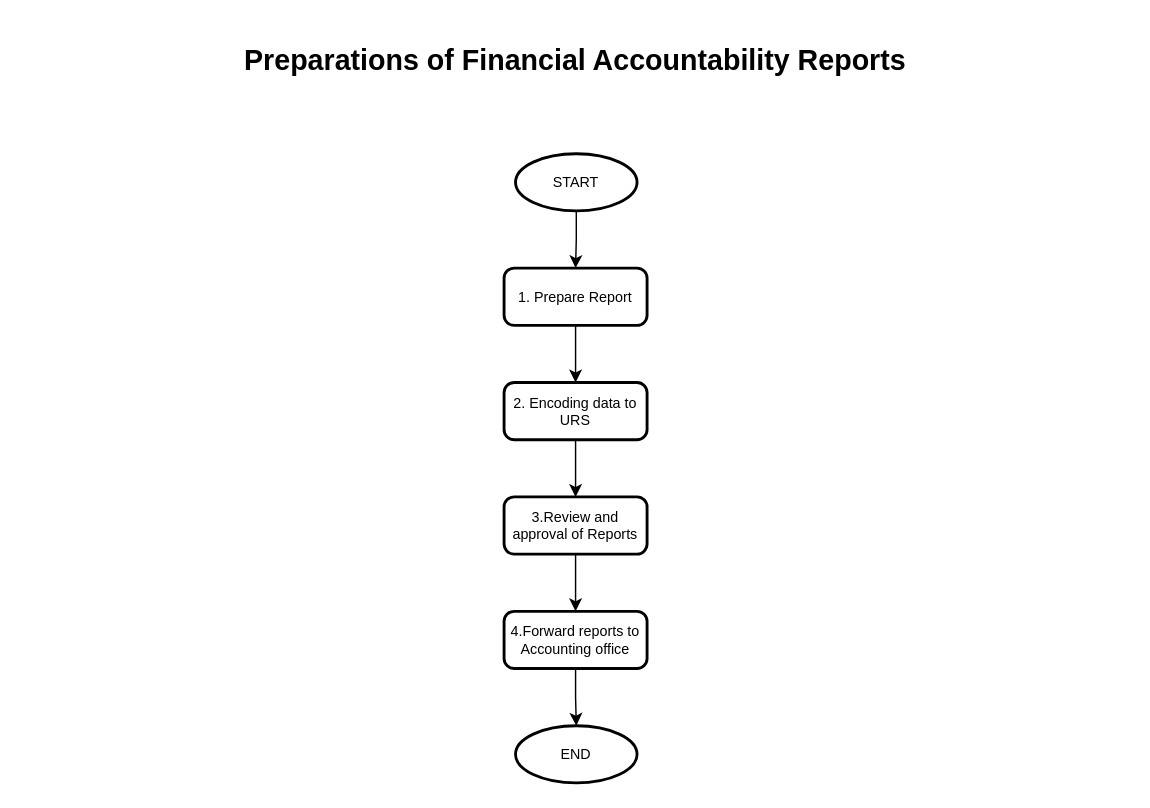
Before: page "Preparations of Financial Accountability Reports" (1 of 5) of Preparations of Financial Accountability.drawio in johnpaul4474/FMO-budget, a draw.io diagram. Source tidied: cells renumbered, new cells numbered last; positions are measured from the earlier drawing's top-left corner, leaving out a move shared by most shapes. Both pictures are drawn from the tidied source at 143%, with x=0, y=0 at pixel (24, 39).
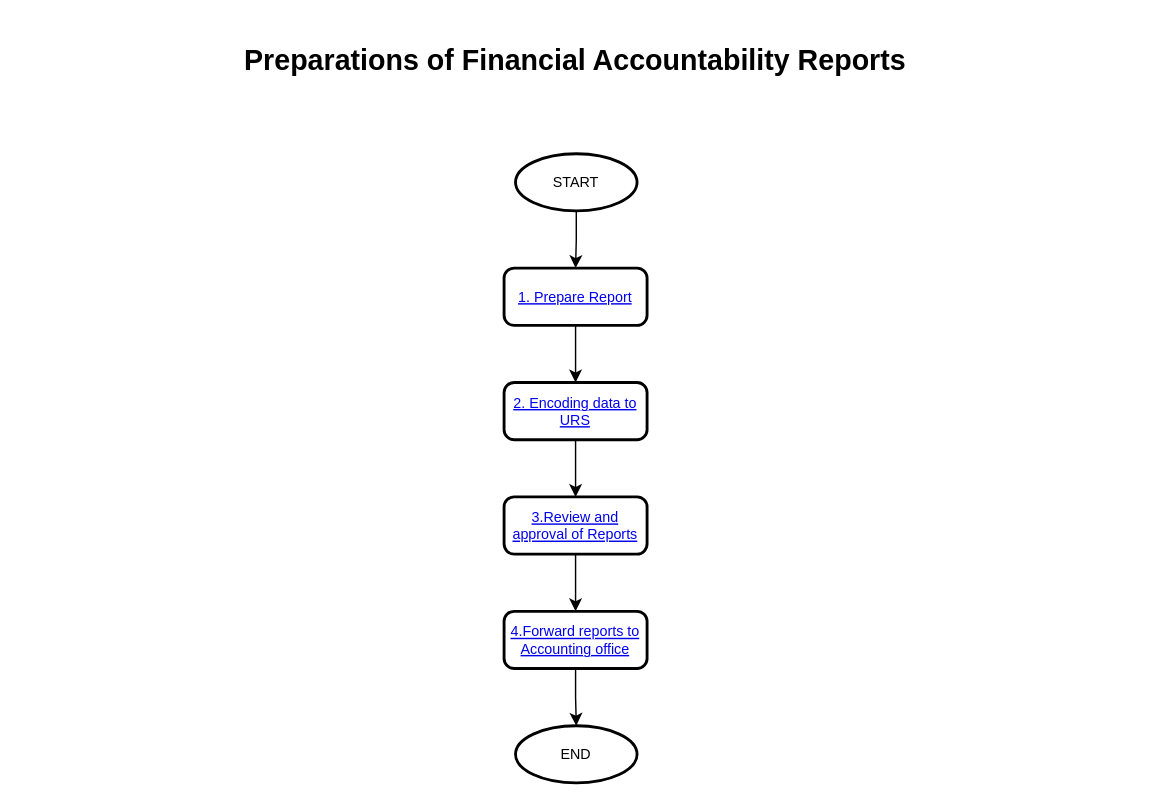
Above is the later version.

Change to the diagram source:
```diff
@@
 <mxGraphModel>
   <root>
     <mxCell id="0" />
     <mxCell id="1" parent="0" />
     <mxCell id="2" value="&lt;h1&gt;Preparations of Financial Accountability Reports&lt;/h1&gt;" style="text;html=1;strokeColor=none;fillColor=none;spacing=5;spacingTop=-20;whiteSpace=wrap;overflow=hidden;rounded=0;fontSize=10;align=center;" parent="1" vertex="1">
       <mxGeometry width="770" height="60" as="geometry" />
     </mxCell>
     <mxCell id="3" style="edgeStyle=orthogonalEdgeStyle;rounded=0;jettySize=auto;html=1;fontSize=10;" parent="1" edge="1" source="4" target="6">
       <mxGeometry relative="1" as="geometry" />
     </mxCell>
     <mxCell id="4" value="START" style="strokeWidth=2;html=1;shape=mxgraph.flowchart.start_1;whiteSpace=wrap;fontSize=10;" parent="1" vertex="1">
       <mxGeometry x="343" y="80" width="85" height="40" as="geometry" />
     </mxCell>
     <mxCell id="5" style="edgeStyle=orthogonalEdgeStyle;rounded=0;jettySize=auto;html=1;fontSize=10;" parent="1" edge="1" source="6" target="8">
       <mxGeometry relative="1" as="geometry" />
     </mxCell>
-    <mxCell id="6" value="1. Prepare Report" style="rounded=1;whiteSpace=wrap;html=1;absoluteArcSize=1;arcSize=14;strokeWidth=2;fontSize=10;" parent="1" vertex="1">
+    <mxCell id="6" value="&lt;a href=&quot;data:page/id,hNX0t5sDPNBhHfxtsSVg&quot;&gt;1. Prepare Report&lt;/a&gt;" style="rounded=1;whiteSpace=wrap;html=1;absoluteArcSize=1;arcSize=14;strokeWidth=2;fontSize=10;" parent="1" vertex="1">
       <mxGeometry x="335" y="160" width="100" height="40" as="geometry" />
     </mxCell>
     <mxCell id="7" style="edgeStyle=orthogonalEdgeStyle;rounded=0;jettySize=auto;html=1;fontSize=10;" parent="1" edge="1" source="8" target="10">
       <mxGeometry relative="1" as="geometry" />
     </mxCell>
-    <mxCell id="8" value="2. Encoding data to URS" style="rounded=1;whiteSpace=wrap;html=1;absoluteArcSize=1;arcSize=14;strokeWidth=2;fontSize=10;" parent="1" vertex="1">
+    <mxCell id="8" value="&lt;a href=&quot;data:page/id,4X3HByEnq9atPXqAKG-o&quot;&gt;2. Encoding data to URS&lt;/a&gt;" style="rounded=1;whiteSpace=wrap;html=1;absoluteArcSize=1;arcSize=14;strokeWidth=2;fontSize=10;" parent="1" vertex="1">
       <mxGeometry x="335" y="240" width="100" height="40" as="geometry" />
     </mxCell>
     <mxCell id="9" style="edgeStyle=orthogonalEdgeStyle;rounded=0;jettySize=auto;html=1;fontSize=10;" parent="1" edge="1" source="10" target="12">
       <mxGeometry relative="1" as="geometry" />
     </mxCell>
-    <mxCell id="10" value="3.Review and approval of Reports" style="rounded=1;whiteSpace=wrap;html=1;absoluteArcSize=1;arcSize=14;strokeWidth=2;fontSize=10;" parent="1" vertex="1">
+    <mxCell id="10" value="&lt;a href=&quot;data:page/id,VTFAJ2JaxI0PK_9Ly-v-&quot;&gt;3.Review and approval of Reports&lt;/a&gt;" style="rounded=1;whiteSpace=wrap;html=1;absoluteArcSize=1;arcSize=14;strokeWidth=2;fontSize=10;" parent="1" vertex="1">
       <mxGeometry x="335" y="320" width="100" height="40" as="geometry" />
     </mxCell>
     <mxCell id="11" style="edgeStyle=orthogonalEdgeStyle;rounded=0;jettySize=auto;html=1;fontSize=10;" parent="1" edge="1" source="12" target="13">
       <mxGeometry relative="1" as="geometry" />
     </mxCell>
-    <mxCell id="12" value="4.Forward reports to Accounting office" style="rounded=1;whiteSpace=wrap;html=1;absoluteArcSize=1;arcSize=14;strokeWidth=2;fontSize=10;" parent="1" vertex="1">
+    <mxCell id="12" value="&lt;a href=&quot;data:page/id,y2DI_Nz7UCQvOwnrBEmm&quot;&gt;4.Forward reports to Accounting office&lt;/a&gt;" style="rounded=1;whiteSpace=wrap;html=1;absoluteArcSize=1;arcSize=14;strokeWidth=2;fontSize=10;" parent="1" vertex="1">
       <mxGeometry x="335" y="400" width="100" height="40" as="geometry" />
     </mxCell>
     <mxCell id="13" value="END" style="strokeWidth=2;html=1;shape=mxgraph.flowchart.start_1;whiteSpace=wrap;fontSize=10;" parent="1" vertex="1">
       <mxGeometry x="343" y="480" width="85" height="40" as="geometry" />
     </mxCell>
   </root>
 </mxGraphModel>
```
